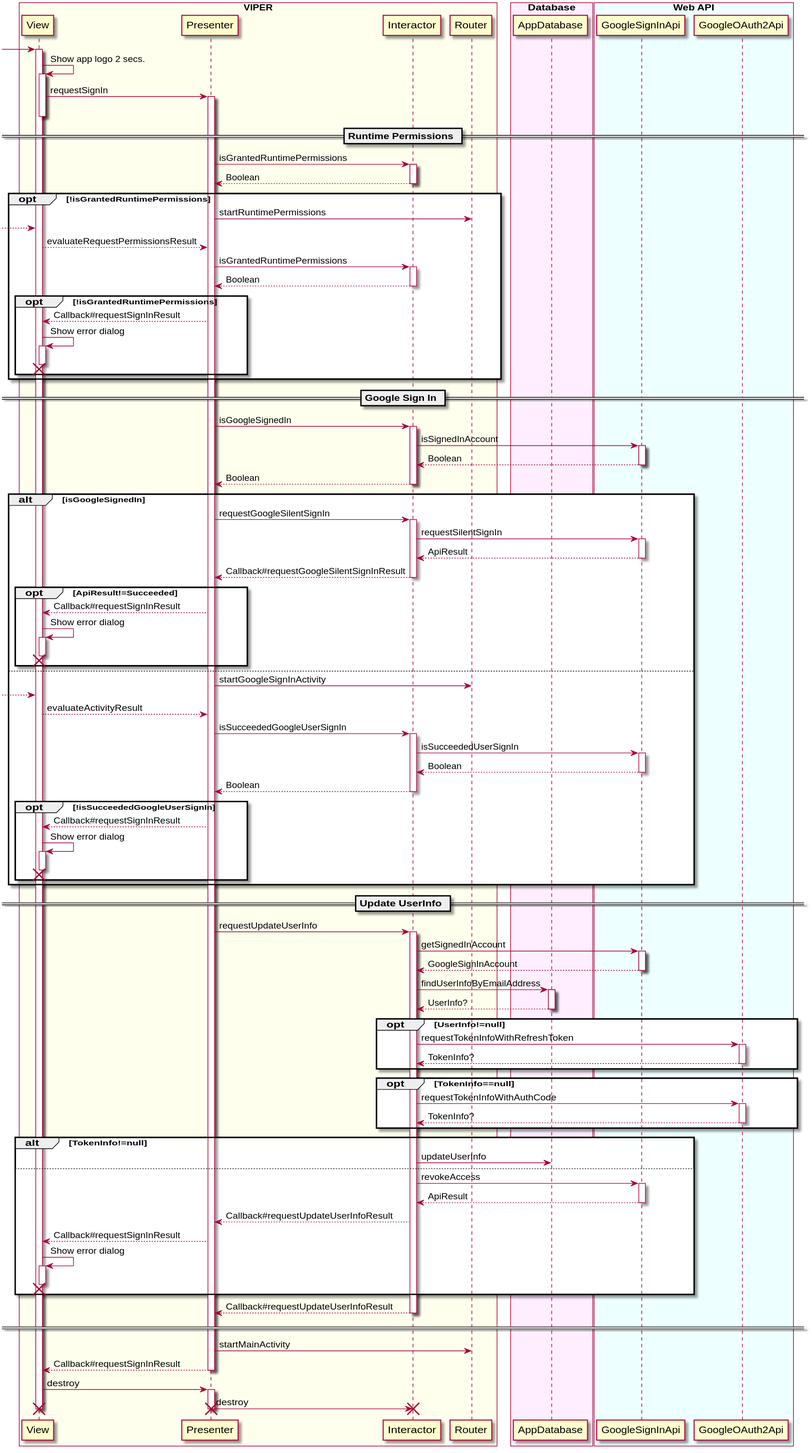
sallyluenoa/PhotoSlideShow keeps this PlantUML diagram as uml/splash/sequence_diagram_splash.svg. Above is the earlier version.
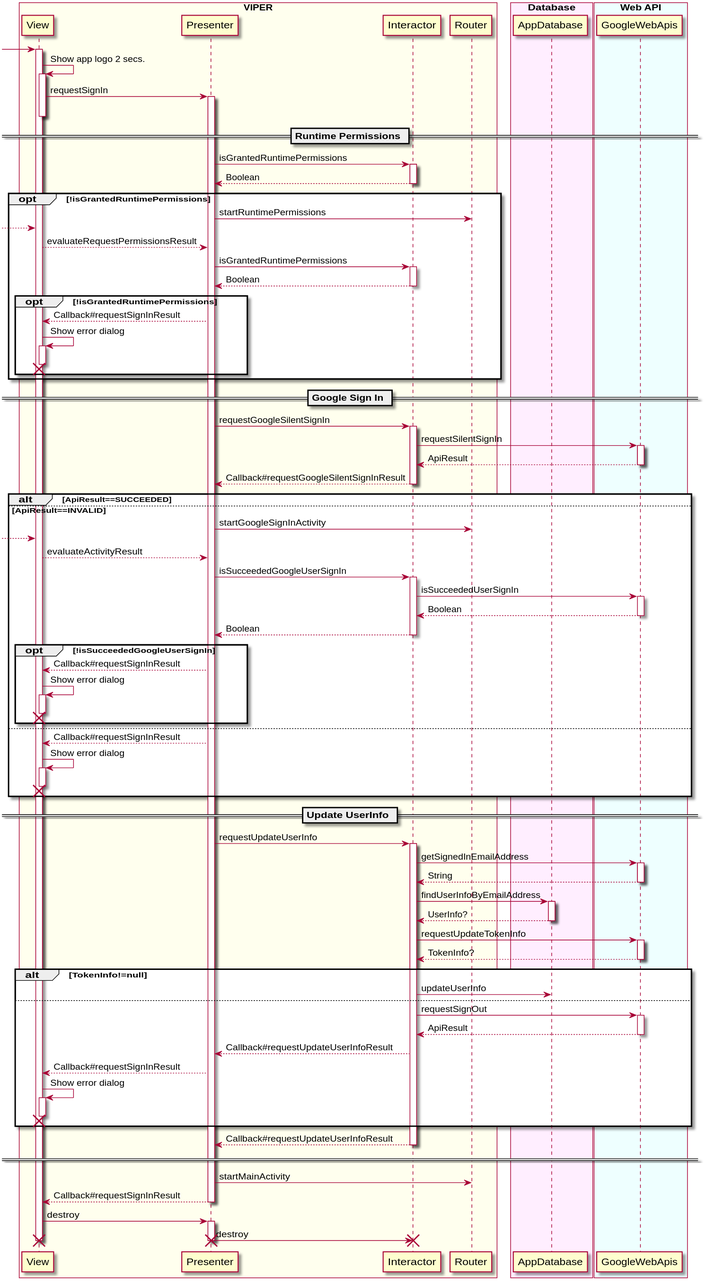
The same file after the commit.

Change to the diagram source:
```diff
@@ -11,8 +11,7 @@
 end box
 
 box "Web API" #EEFFFF
-  participant GoogleSignInApi
-  participant GoogleOAuth2Api
+  participant GoogleWebApis
 end box
 
 
@@ -45,30 +44,21 @@
 
 == Google Sign In ==
 
-Presenter -> Interactor++: isGoogleSignedIn
-  Interactor -> GoogleSignInApi++: isSignedInAccount
-  return Boolean
-return Boolean
+Presenter -> Interactor++: requestGoogleSilentSignIn
+  Interactor -> GoogleWebApis++: requestSilentSignIn
+  return ApiResult
+return Callback#requestGoogleSilentSignInResult
 
-alt isGoogleSignedIn
-  Presenter -> Interactor++: requestGoogleSilentSignIn
-    Interactor -> GoogleSignInApi++: requestSilentSignIn
-    return ApiResult
-  return Callback#requestGoogleSilentSignInResult
+alt ApiResult==SUCCEEDED
 
-  opt ApiResult!=Succeeded
-    View <-- Presenter: Callback#requestSignInResult
-    View -> View++: Show error dialog
-    destroy View
-  end
+else ApiResult==INVALID
 
-else
   Presenter -> Router: startGoogleSignInActivity
   [--> View
   View --> Presenter: evaluateActivityResult
 
   Presenter -> Interactor++: isSucceededGoogleUserSignIn
-    Interactor -> GoogleSignInApi++: isSucceededUserSignIn
+    Interactor -> GoogleWebApis++: isSucceededUserSignIn
     return Boolean
   return Boolean
 
@@ -77,32 +67,30 @@
     View -> View++: Show error dialog
     destroy View
   end
+
+else
+    View <-- Presenter: Callback#requestSignInResult
+    View -> View++: Show error dialog
+    destroy View
 end
 
 == Update UserInfo ==
 
 Presenter -> Interactor++: requestUpdateUserInfo
 
-Interactor -> GoogleSignInApi++: getSignedInAccount
-return GoogleSignInAccount
+Interactor -> GoogleWebApis++: getSignedInEmailAddress
+return String
 
 Interactor -> AppDatabase++: findUserInfoByEmailAddress
 return UserInfo?
 
-opt UserInfo!=null
-  Interactor -> GoogleOAuth2Api++: requestTokenInfoWithRefreshToken
-  return TokenInfo?
-end
-
-opt TokenInfo==null
-  Interactor -> GoogleOAuth2Api++: requestTokenInfoWithAuthCode
-  return TokenInfo?
-end
+Interactor -> GoogleWebApis++: requestUpdateTokenInfo
+return TokenInfo?
 
 alt TokenInfo!=null
   Interactor -> AppDatabase: updateUserInfo
 else
-  Interactor -> GoogleSignInApi++: revokeAccess
+  Interactor -> GoogleWebApis++: requestSignOut
   return ApiResult
   Presenter <-- Interactor: Callback#requestUpdateUserInfoResult
   View <-- Presenter: Callback#requestSignInResult
```
